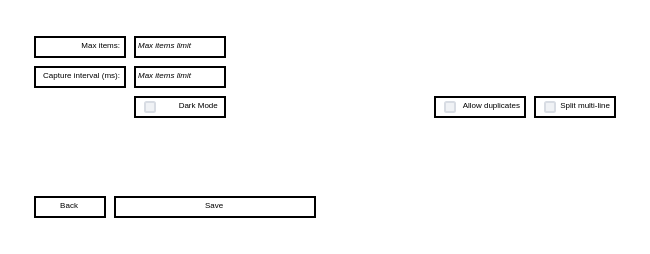
Before: page "Landscape Settings" (4 of 4) of ui.drawio in charles-m-knox/go-fltk-clipboard, a draw.io diagram. Source tidied: cells renumbered, new cells numbered last; positions are measured from the earlier drawing's top-left corner, leaving out a move shared by most shapes. Both pictures are drawn from the tidied source at 200%, with x=0, y=0 at pixel (34, 36).
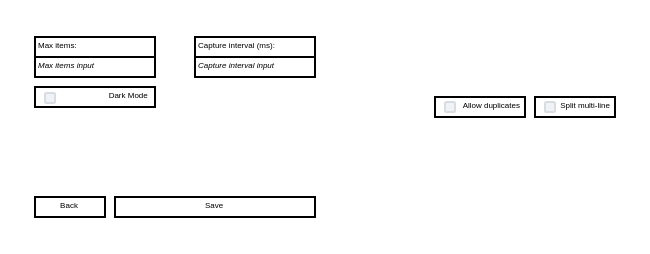
Above is the later version.

What changed in the source:
```diff
@@
 <mxGraphModel>
   <root>
     <mxCell id="0" />
     <mxCell id="1" parent="0" />
     <mxCell id="2" value="&lt;p style=&quot;line-height: 120%; font-size: 4px;&quot;&gt;Back&lt;/p&gt;" style="rounded=0;whiteSpace=wrap;html=1;" parent="1" vertex="1">
       <mxGeometry y="80" width="35" height="10" as="geometry" />
     </mxCell>
     <mxCell id="3" value="&lt;p style=&quot;line-height: 120%; font-size: 4px;&quot;&gt;Save&lt;/p&gt;" style="rounded=0;whiteSpace=wrap;html=1;" parent="1" vertex="1">
       <mxGeometry x="40" y="80" width="100" height="10" as="geometry" />
     </mxCell>
-    <mxCell id="4" value="&lt;p style=&quot;line-height: 120%; font-size: 4px;&quot;&gt;&lt;i&gt;Max items limit&lt;/i&gt;&lt;/p&gt;" style="rounded=0;whiteSpace=wrap;html=1;align=left;" parent="1" vertex="1">
-      <mxGeometry x="50" width="45" height="10" as="geometry" />
+    <mxCell id="4" value="&lt;p style=&quot;line-height: 120%; font-size: 4px;&quot;&gt;&lt;i&gt;Max items input&lt;/i&gt;&lt;/p&gt;" style="rounded=0;whiteSpace=wrap;html=1;align=left;" parent="1" vertex="1">
+      <mxGeometry y="10" width="60" height="10" as="geometry" />
     </mxCell>
-    <mxCell id="5" value="&lt;p style=&quot;line-height: 120%; font-size: 4px;&quot;&gt;Dark Mode&amp;nbsp;&lt;/p&gt;" style="rounded=0;whiteSpace=wrap;html=1;align=right;" parent="1" vertex="1">
-      <mxGeometry x="50" y="30" width="45" height="10" as="geometry" />
-    </mxCell>
-    <mxCell id="6" style="rounded=1;fillColor=#F0F2F5;strokeColor=#D8DCE3;align=left;verticalAlign=middle;fontStyle=0;fontSize=12;labelPosition=right;verticalLabelPosition=middle;spacingLeft=10;html=1;shadow=0;dashed=0;" parent="1" vertex="1">
-      <mxGeometry x="55" y="32.5" width="5" height="5" as="geometry" />
-    </mxCell>
     <mxCell id="7" value="&lt;p style=&quot;line-height: 120%; font-size: 4px;&quot;&gt;Allow duplicates&lt;/p&gt;" style="rounded=0;whiteSpace=wrap;html=1;align=right;" parent="1" vertex="1">
       <mxGeometry x="200" y="30" width="45" height="10" as="geometry" />
     </mxCell>
     <mxCell id="8" style="rounded=1;fillColor=#F0F2F5;strokeColor=#D8DCE3;align=left;verticalAlign=middle;fontStyle=0;fontSize=12;labelPosition=right;verticalLabelPosition=middle;spacingLeft=10;html=1;shadow=0;dashed=0;" parent="1" vertex="1">
       <mxGeometry x="205" y="32.5" width="5" height="5" as="geometry" />
     </mxCell>
     <mxCell id="9" value="&lt;p style=&quot;line-height: 120%; font-size: 4px;&quot;&gt;Split multi-line&lt;/p&gt;" style="rounded=0;whiteSpace=wrap;html=1;align=right;" parent="1" vertex="1">
       <mxGeometry x="250" y="30" width="40" height="10" as="geometry" />
     </mxCell>
     <mxCell id="10" style="rounded=1;fillColor=#F0F2F5;strokeColor=#D8DCE3;align=left;verticalAlign=middle;fontStyle=0;fontSize=12;labelPosition=right;verticalLabelPosition=middle;spacingLeft=10;html=1;shadow=0;dashed=0;" parent="1" vertex="1">
       <mxGeometry x="255" y="32.5" width="5" height="5" as="geometry" />
     </mxCell>
-    <mxCell id="11" value="&lt;p style=&quot;line-height: 120%; font-size: 4px;&quot;&gt;&lt;span style=&quot;font-style: normal;&quot;&gt;Max items:&lt;/span&gt;&lt;/p&gt;" style="rounded=0;whiteSpace=wrap;html=1;fontStyle=2;align=right;" parent="1" vertex="1">
-      <mxGeometry width="45" height="10" as="geometry" />
+    <mxCell id="11" value="&lt;p style=&quot;line-height: 120%; font-size: 4px;&quot;&gt;&lt;span style=&quot;font-style: normal;&quot;&gt;Max items:&lt;/span&gt;&lt;/p&gt;" style="rounded=0;whiteSpace=wrap;html=1;fontStyle=2;align=left;" parent="1" vertex="1">
+      <mxGeometry width="60" height="10" as="geometry" />
     </mxCell>
-    <mxCell id="12" value="&lt;p style=&quot;line-height: 120%; font-size: 4px;&quot;&gt;&lt;i&gt;Max items limit&lt;/i&gt;&lt;/p&gt;" style="rounded=0;whiteSpace=wrap;html=1;align=left;" parent="1" vertex="1">
-      <mxGeometry x="50" y="15" width="45" height="10" as="geometry" />
+    <mxCell id="12" value="&lt;p style=&quot;line-height: 120%; font-size: 4px;&quot;&gt;&lt;i&gt;Capture interval input&lt;/i&gt;&lt;/p&gt;" style="rounded=0;whiteSpace=wrap;html=1;align=left;" parent="1" vertex="1">
+      <mxGeometry x="80" y="10" width="60" height="10" as="geometry" />
     </mxCell>
-    <mxCell id="13" value="&lt;p style=&quot;line-height: 120%; font-size: 4px;&quot;&gt;&lt;span style=&quot;font-style: normal;&quot;&gt;Capture interval (ms):&lt;/span&gt;&lt;/p&gt;" style="rounded=0;whiteSpace=wrap;html=1;fontStyle=2;align=right;" parent="1" vertex="1">
-      <mxGeometry y="15" width="45" height="10" as="geometry" />
+    <mxCell id="13" value="&lt;p style=&quot;line-height: 120%; font-size: 4px;&quot;&gt;&lt;span style=&quot;font-style: normal;&quot;&gt;Capture interval (ms):&lt;/span&gt;&lt;/p&gt;" style="rounded=0;whiteSpace=wrap;html=1;fontStyle=2;align=left;" parent="1" vertex="1">
+      <mxGeometry x="80" width="60" height="10" as="geometry" />
     </mxCell>
+    <mxCell id="14" style="group;" parent="1" vertex="1">
+      <mxGeometry y="25" width="60" height="10" as="geometry" />
+    </mxCell>
+    <mxCell id="5" value="&lt;p style=&quot;line-height: 120%; font-size: 4px;&quot;&gt;Dark Mode&amp;nbsp;&lt;/p&gt;" style="rounded=0;whiteSpace=wrap;html=1;align=right;" parent="14" vertex="1">
+      <mxGeometry width="60" height="10" as="geometry" />
+    </mxCell>
+    <mxCell id="6" style="rounded=1;fillColor=#F0F2F5;strokeColor=#D8DCE3;align=left;verticalAlign=middle;fontStyle=0;fontSize=12;labelPosition=right;verticalLabelPosition=middle;spacingLeft=10;html=1;shadow=0;dashed=0;" parent="14" vertex="1">
+      <mxGeometry x="5" y="3" width="5" height="5" as="geometry" />
+    </mxCell>
   </root>
 </mxGraphModel>
```
